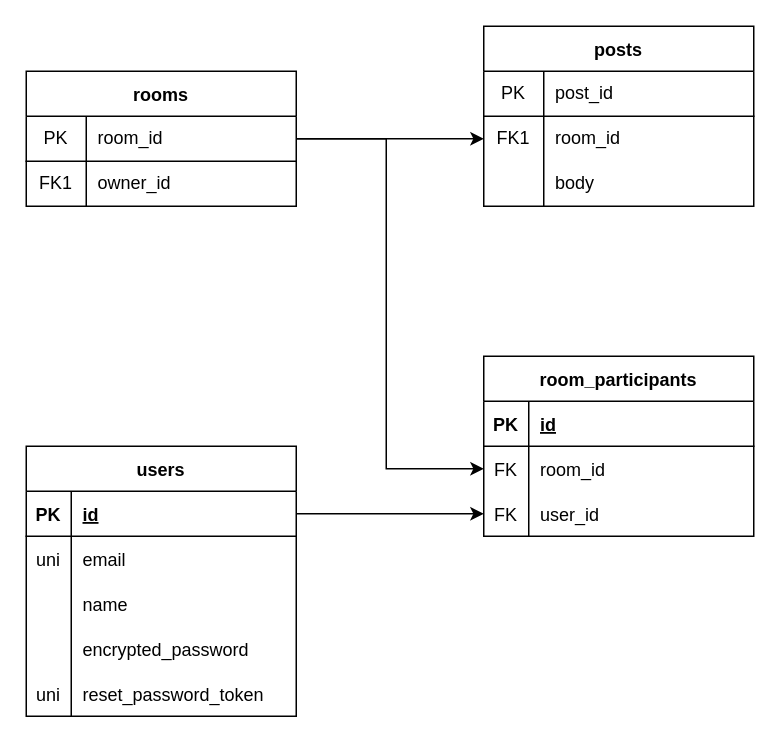
This is EntryRelation.drawio from Terufuji3/ANONIM, a draw.io file, before an edit. Source tidied: cells renumbered, new cells numbered last; positions are measured from the earlier drawing's top-left corner, leaving out a move shared by most shapes. Both pictures are drawn from the tidied source at 150%, with x=0, y=0 at pixel (26, 26).
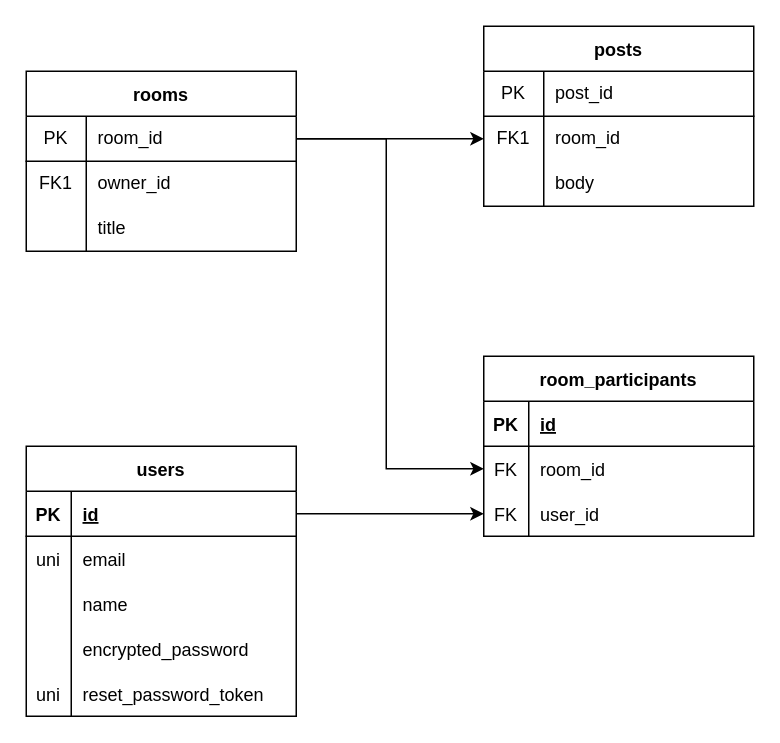
The same page after the edit.

Commit message:
EntryRelation.drawio を更新します

The edit, as a diff of the source:
```diff
@@
     <mxCell id="2" value="rooms" style="shape=table;startSize=30;childLayout=tableLayout;rowLines=0;fontStyle=1;align=center;" parent="1" vertex="1">
-      <mxGeometry y="30" width="180" height="90" as="geometry" />
+      <mxGeometry y="30" width="180" height="120" as="geometry" />
     </mxCell>
@@
+    <mxCell id="48" style="shape=partialRectangle;html=1;whiteSpace=wrap;fillColor=none;top=0;left=0;bottom=0;right=0;" parent="2" vertex="1">
+      <mxGeometry y="90" width="180" height="30" as="geometry" />
+    </mxCell>
+    <mxCell id="49" style="shape=partialRectangle;html=1;whiteSpace=wrap;fillColor=none;top=0;left=0;bottom=0;right=0;overflow=hidden;" parent="48" vertex="1">
+      <mxGeometry width="40" height="30" as="geometry" />
+    </mxCell>
+    <mxCell id="50" value="title" style="shape=partialRectangle;html=1;whiteSpace=wrap;fillColor=none;top=0;left=0;bottom=0;right=0;align=left;spacingLeft=6;overflow=hidden;" parent="48" vertex="1">
+      <mxGeometry x="40" width="140" height="30" as="geometry" />
+    </mxCell>
```
